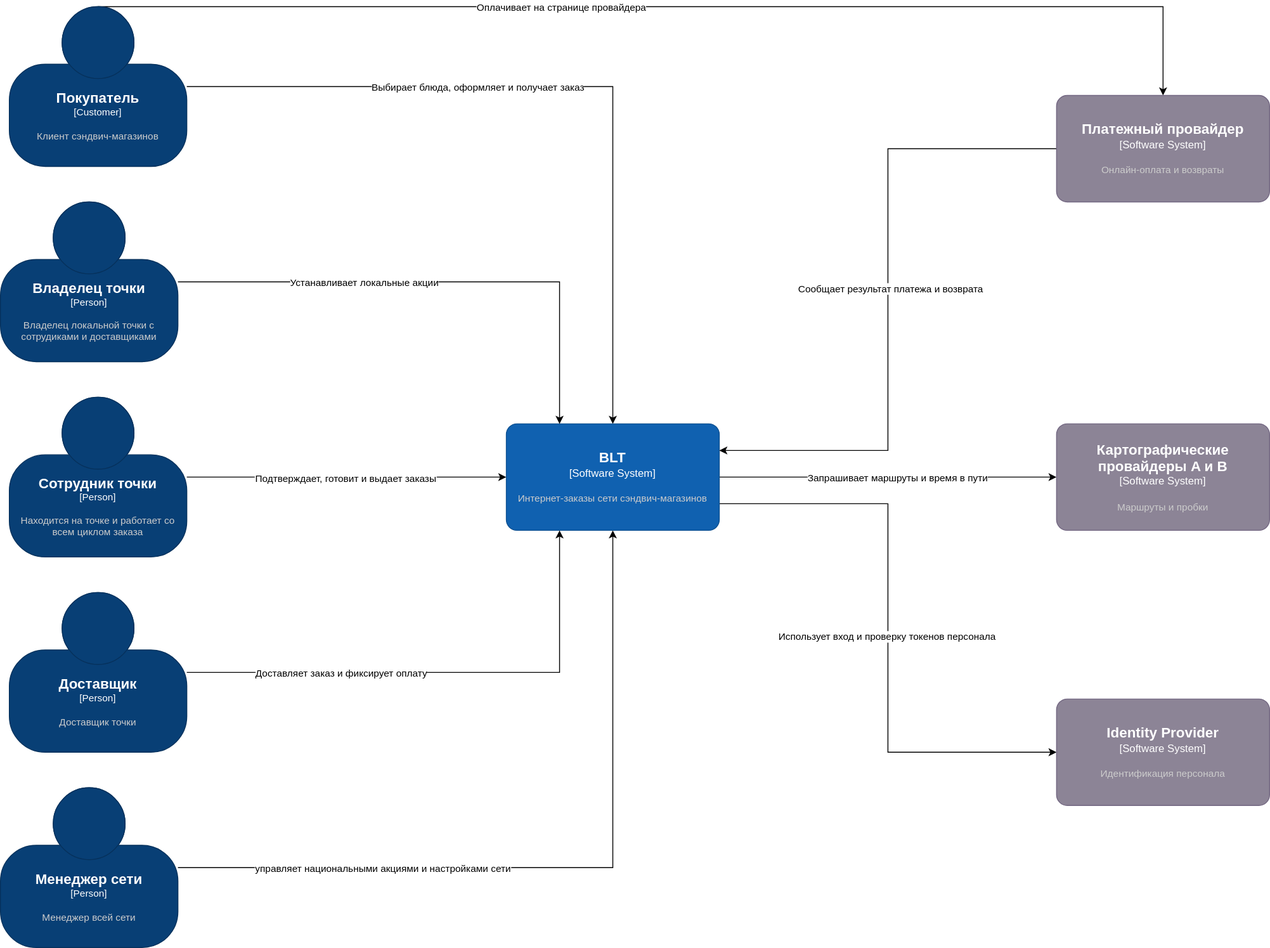
The draw.io diagram homework-01/docs/diagrams/C4-Context-Diagram.svg in paulrozhkin/otus-microservices-homework, before a commit. Source tidied: cells renumbered, new cells last; positions are measured from the earlier drawing's top-left corner, leaving out a move shared by most shapes.
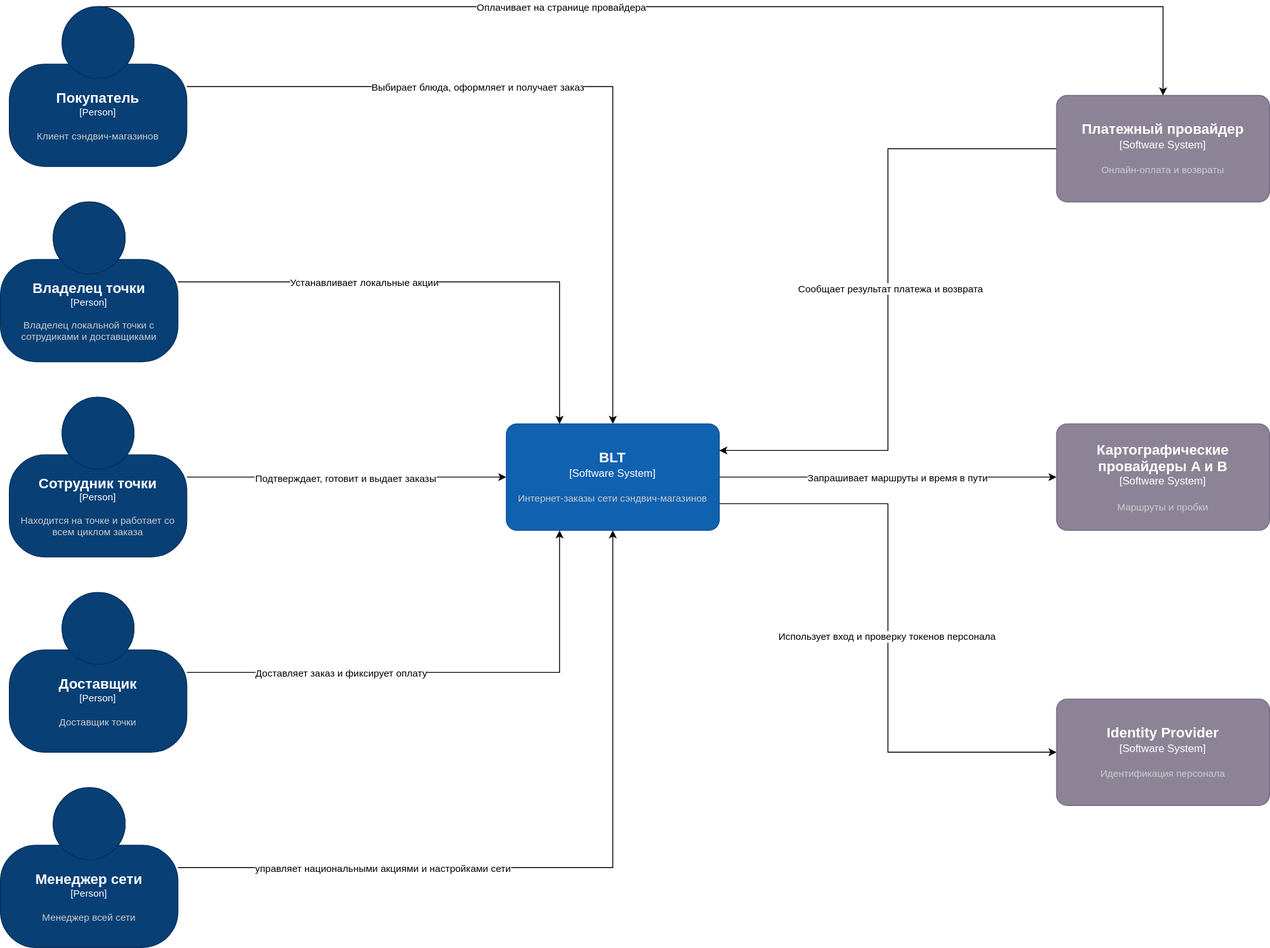
The same file after the commit.

The edit, as a diff of the source:
```diff
@@ -20,7 +20,7 @@
         <mxPoint y="-7" as="offset" />
       </mxGeometry>
     </mxCell>
-    <object id="6" label="&lt;font style=&quot;font-size: 16px&quot;&gt;&lt;b&gt;%c4Name%&lt;/b&gt;&lt;/font&gt;&lt;div&gt;[%c4Type%]&lt;/div&gt;&lt;br&gt;&lt;div&gt;&lt;font style=&quot;font-size: 11px&quot;&gt;&lt;font color=&quot;#cccccc&quot;&gt;%c4Description%&lt;/font&gt;&lt;/div&gt;" c4Description="Клиент сэндвич-магазинов" c4Name="Покупатель" c4Type="Customer" placeholders="1">
+    <object id="6" label="&lt;font style=&quot;font-size: 16px&quot;&gt;&lt;b&gt;%c4Name%&lt;/b&gt;&lt;/font&gt;&lt;div&gt;[%c4Type%]&lt;/div&gt;&lt;br&gt;&lt;div&gt;&lt;font style=&quot;font-size: 11px&quot;&gt;&lt;font color=&quot;#cccccc&quot;&gt;%c4Description%&lt;/font&gt;&lt;/div&gt;" c4Description="Клиент сэндвич-магазинов" c4Name="Покупатель" c4Type="Person" placeholders="1">
       <mxCell style="html=1;fontSize=11;dashed=0;whiteSpace=wrap;fillColor=#083F75;strokeColor=#06315C;fontColor=#ffffff;shape=mxgraph.c4.person2;align=center;points=[[0.5,0,0],[1,0.5,0],[1,0.75,0],[0.75,1,0],[0.5,1,0],[0.25,1,0],[0,0.75,0],[0,0.5,0]];" parent="1" vertex="1">
         <mxGeometry x="10" width="200" height="180" as="geometry" />
       </mxCell>
```
